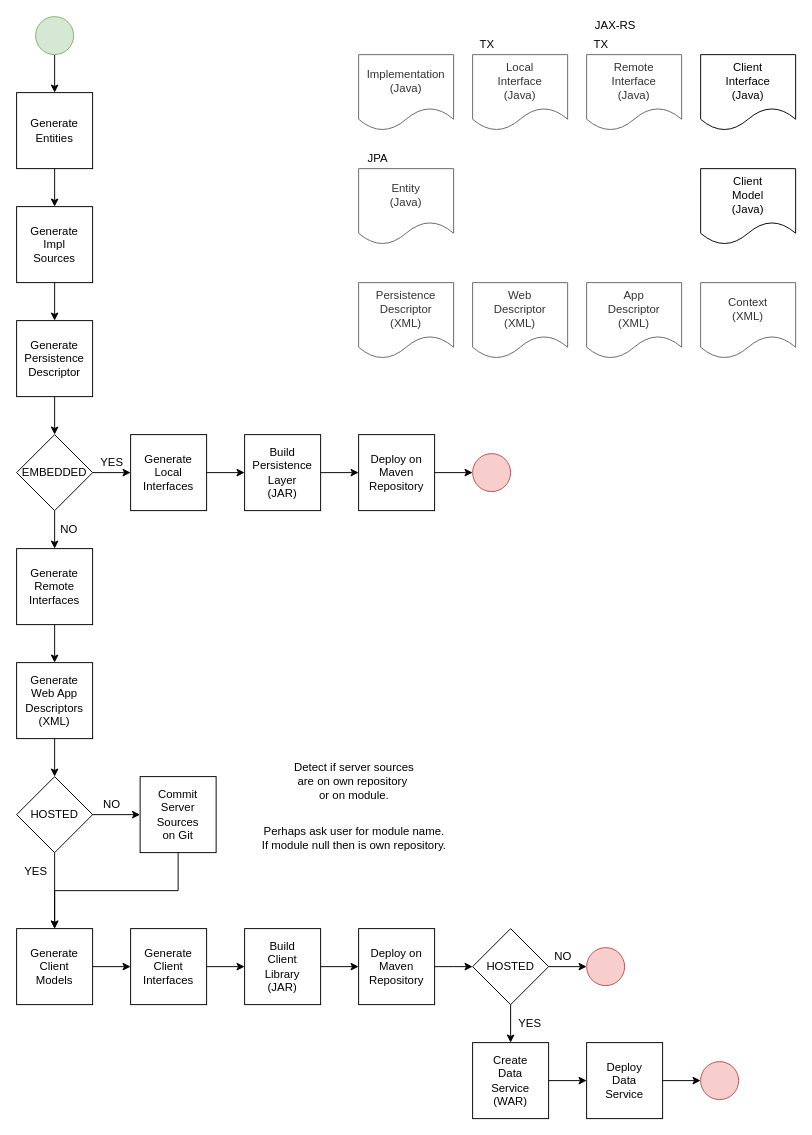
Before: page "Page-7" (7 of 7) of doc/diagrams.drawio in js-lib-com/tiny-store, a draw.io diagram. Source tidied: cells renumbered, new cells numbered last; positions are measured from the earlier drawing's top-left corner, leaving out a move shared by most shapes. Both pictures are drawn from the tidied source at 95%, with x=0, y=0 at pixel (16, 16).
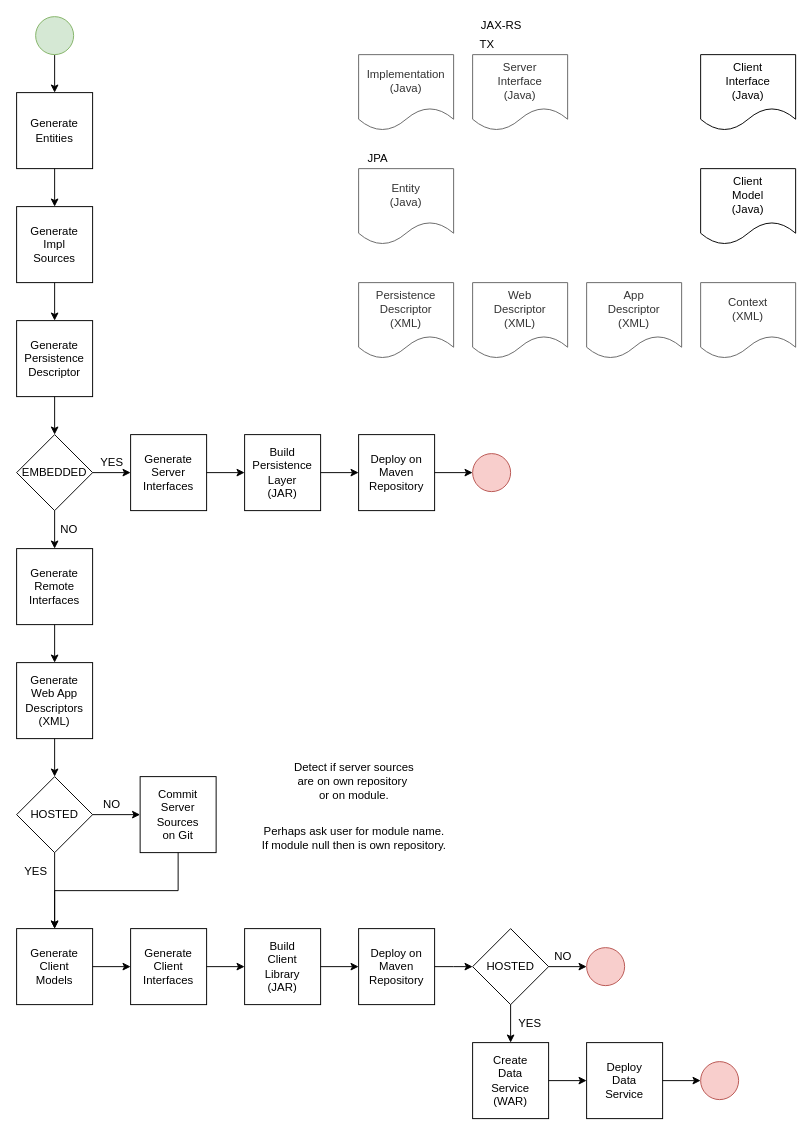
Above is the later version.

Commit message (it also covers changes not shown here):
Rename templates for service interfaces.

Diff of the diagram source:
```diff
@@
-    <mxCell id="25" value="Generate&lt;br&gt;Local&lt;br&gt;Interfaces" style="whiteSpace=wrap;html=1;fillColor=none;" parent="1" vertex="1">
+    <mxCell id="25" value="Generate&lt;br&gt;Server&lt;br&gt;Interfaces" style="whiteSpace=wrap;html=1;fillColor=none;" parent="1" vertex="1">
       <mxGeometry x="120" y="440" width="80" height="80" as="geometry" />
     </mxCell>
@@
-    <mxCell id="29" value="Local&lt;br&gt;Interface&lt;br&gt;(Java)" style="shape=document;whiteSpace=wrap;html=1;boundedLbl=1;fillColor=none;fontColor=#333333;strokeColor=#666666;" parent="1" vertex="1">
-      <mxGeometry x="480" y="40" width="100" height="80" as="geometry" />
-    </mxCell>
-    <mxCell id="30" value="Remote&lt;br&gt;Interface&lt;br&gt;(Java)" style="shape=document;whiteSpace=wrap;html=1;boundedLbl=1;fillColor=none;fontColor=#333333;strokeColor=#666666;" parent="1" vertex="1">
-      <mxGeometry x="600" y="40" width="100" height="80" as="geometry" />
+    <mxCell id="30" value="Server&lt;br&gt;Interface&lt;br&gt;(Java)" style="shape=document;whiteSpace=wrap;html=1;boundedLbl=1;fillColor=none;fontColor=#333333;strokeColor=#666666;" parent="1" vertex="1">
+      <mxGeometry x="480" y="40" width="100" height="80" as="geometry" />
     </mxCell>
@@
-    <mxCell id="34" value="TX" style="text;html=1;align=center;verticalAlign=middle;strokeColor=none;fillColor=none;" parent="1" vertex="1">
-      <mxGeometry x="480" y="20" width="30" height="20" as="geometry" />
-    </mxCell>
     <mxCell id="35" value="JAX-RS" style="text;html=1;align=center;verticalAlign=middle;strokeColor=none;fillColor=none;" parent="1" vertex="1">
-      <mxGeometry x="600" width="60" height="20" as="geometry" />
+      <mxGeometry x="480" width="60" height="20" as="geometry" />
     </mxCell>
     <mxCell id="36" value="TX" style="text;html=1;align=center;verticalAlign=middle;strokeColor=none;fillColor=none;" parent="1" vertex="1">
-      <mxGeometry x="600" y="20" width="30" height="20" as="geometry" />
+      <mxGeometry x="480" y="20" width="30" height="20" as="geometry" />
     </mxCell>
```
